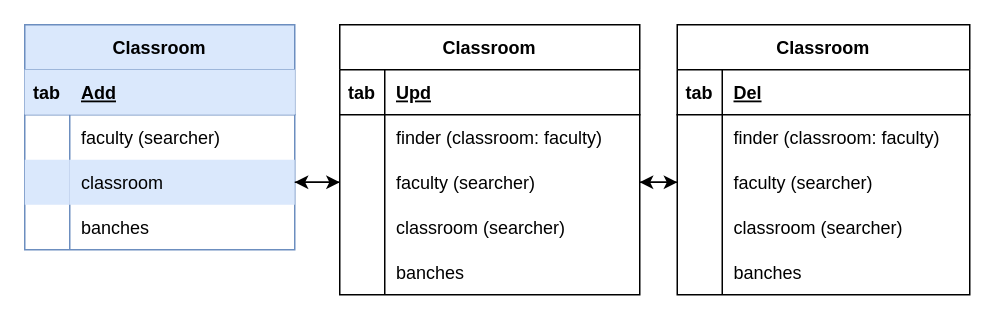
This is page "Classroom" (5 of 6) of Rectory.drawio from miguelrang/InscripcionHorarioSIASE-UANL-SIMULACION-2.0, a draw.io file, before an edit. Source tidied: cells renumbered, new cells numbered last; positions are measured from the earlier drawing's top-left corner, leaving out a move shared by most shapes. Both pictures are drawn from the tidied source at 150%, with x=0, y=0 at pixel (24, 24).
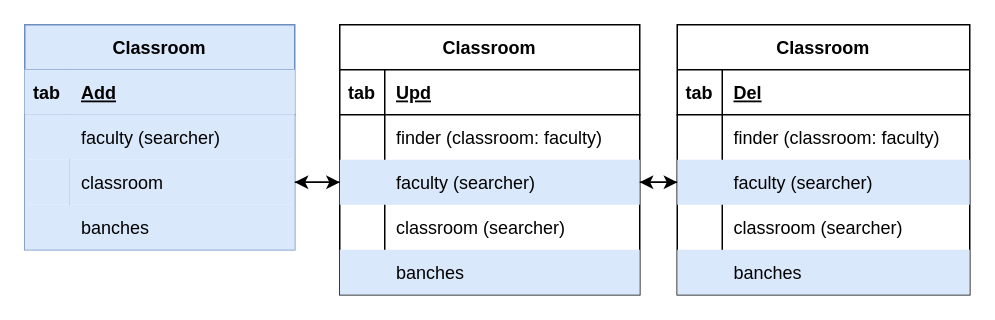
Above is the later version.

Unchanged cells that the change refers to:
```xml
<mxCell id="2" value="Classroom" style="shape=table;startSize=30;childLayout=tableLayout;rowLines=0;fontStyle=1;align=center;fillColor=#dae8fc;strokeColor=#6c8ebf;" parent="1" vertex="1">
  <mxGeometry width="180" height="150" as="geometry" />
</mxCell>
<mxCell id="15" value="Classroom" style="shape=table;startSize=30;childLayout=tableLayout;rowLines=0;fontStyle=1;align=center;" parent="1" vertex="1">
  <mxGeometry x="210" width="200" height="180" as="geometry" />
</mxCell>
<mxCell id="31" value="Classroom" style="shape=table;startSize=30;childLayout=tableLayout;rowLines=0;fontStyle=1;align=center;" parent="1" vertex="1">
  <mxGeometry x="435" width="195" height="180" as="geometry" />
</mxCell>
```

Change to the diagram source:
```diff
@@
-    <mxCell id="6" style="shape=tableRow;horizontal=0;startSize=0;swimlaneHead=0;swimlaneBody=0;fillColor=none;top=0;left=0;right=0;bottom=0;" parent="2" vertex="1">
+    <mxCell id="6" style="shape=tableRow;horizontal=0;startSize=0;swimlaneHead=0;swimlaneBody=0;fillColor=#dae8fc;top=0;left=0;right=0;bottom=0;strokeColor=#6c8ebf;" parent="2" vertex="1">
       <mxGeometry y="60" width="180" height="30" as="geometry" />
     </mxCell>
@@
-    <mxCell id="12" style="shape=tableRow;horizontal=0;startSize=0;swimlaneHead=0;swimlaneBody=0;fillColor=none;top=0;left=0;right=0;bottom=0;" parent="2" vertex="1">
+    <mxCell id="12" style="shape=tableRow;horizontal=0;startSize=0;swimlaneHead=0;swimlaneBody=0;fillColor=#dae8fc;top=0;left=0;right=0;bottom=0;strokeColor=#6c8ebf;" parent="2" vertex="1">
       <mxGeometry y="120" width="180" height="30" as="geometry" />
     </mxCell>
@@
-    <mxCell id="22" style="shape=tableRow;horizontal=0;startSize=0;swimlaneHead=0;swimlaneBody=0;fillColor=none;points=[[0,0.5],[1,0.5]];portConstraint=eastwest;top=0;left=0;right=0;bottom=0;" parent="15" vertex="1">
+    <mxCell id="22" style="shape=tableRow;horizontal=0;startSize=0;swimlaneHead=0;swimlaneBody=0;fillColor=#dae8fc;points=[[0,0.5],[1,0.5]];portConstraint=eastwest;top=0;left=0;right=0;bottom=0;strokeColor=#6c8ebf;" parent="15" vertex="1">
       <mxGeometry y="90" width="200" height="30" as="geometry" />
     </mxCell>
@@
-    <mxCell id="28" style="shape=tableRow;horizontal=0;startSize=0;swimlaneHead=0;swimlaneBody=0;fillColor=none;top=0;left=0;right=0;bottom=0;" parent="15" vertex="1">
+    <mxCell id="28" style="shape=tableRow;horizontal=0;startSize=0;swimlaneHead=0;swimlaneBody=0;fillColor=#dae8fc;top=0;left=0;right=0;bottom=0;strokeColor=#6c8ebf;" parent="15" vertex="1">
       <mxGeometry y="150" width="200" height="30" as="geometry" />
     </mxCell>
@@
-    <mxCell id="38" style="shape=tableRow;horizontal=0;startSize=0;swimlaneHead=0;swimlaneBody=0;fillColor=none;points=[[0,0.5],[1,0.5]];portConstraint=eastwest;top=0;left=0;right=0;bottom=0;" parent="31" vertex="1">
+    <mxCell id="38" style="shape=tableRow;horizontal=0;startSize=0;swimlaneHead=0;swimlaneBody=0;fillColor=#dae8fc;points=[[0,0.5],[1,0.5]];portConstraint=eastwest;top=0;left=0;right=0;bottom=0;strokeColor=#6c8ebf;" parent="31" vertex="1">
       <mxGeometry y="90" width="195" height="30" as="geometry" />
     </mxCell>
@@
-    <mxCell id="44" style="shape=tableRow;horizontal=0;startSize=0;swimlaneHead=0;swimlaneBody=0;fillColor=none;top=0;left=0;right=0;bottom=0;" parent="31" vertex="1">
+    <mxCell id="44" style="shape=tableRow;horizontal=0;startSize=0;swimlaneHead=0;swimlaneBody=0;fillColor=#dae8fc;top=0;left=0;right=0;bottom=0;strokeColor=#6c8ebf;" parent="31" vertex="1">
       <mxGeometry y="150" width="195" height="30" as="geometry" />
     </mxCell>
```
